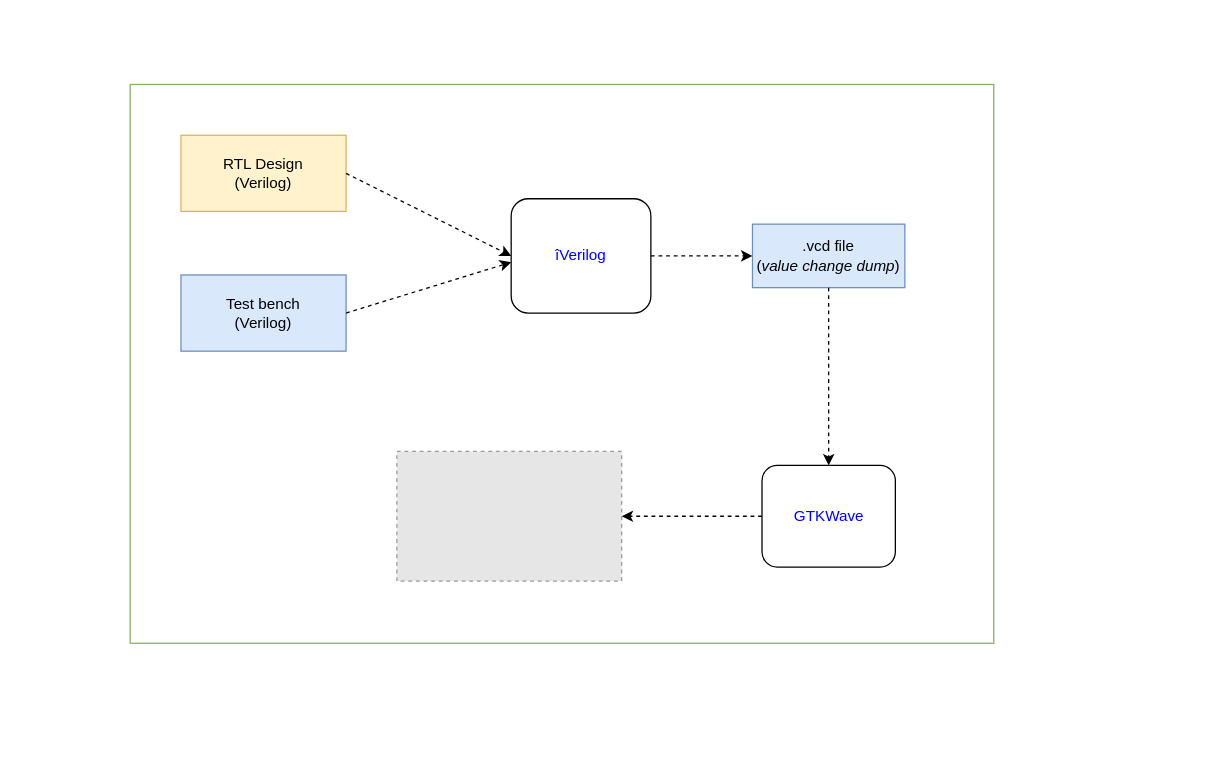
Earlier version of the draw.io diagram page "iVerilog" (2 of 2) of assets/diagrams.drawio (kambadur/sky130RTLDesignAndSynthesisWorkshop). Source tidied: cells renumbered, new cells numbered last; positions are measured from the earlier drawing's top-left corner, leaving out a move shared by most shapes. Both pictures are drawn from the tidied source at 127%, with x=0, y=0 at pixel (130, 84). Pictures stored in the file or linked from it are replaced by grey dashed boxes.
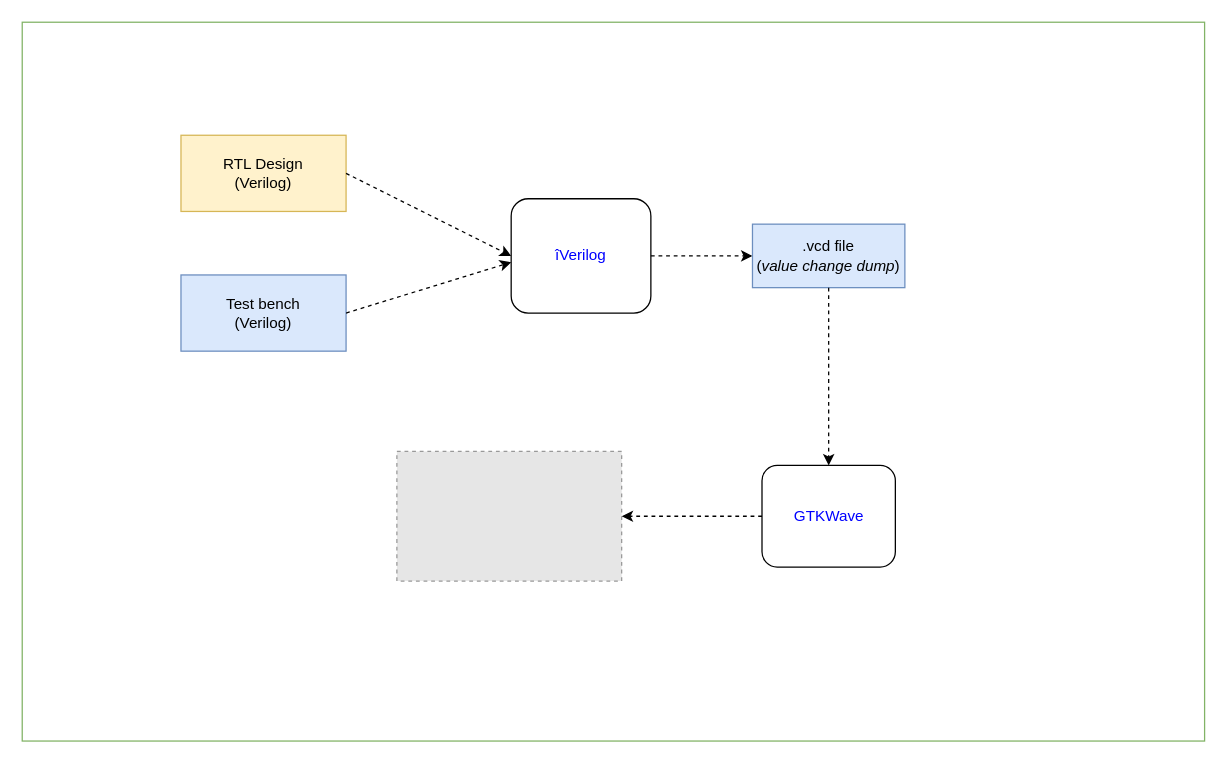
The same page after the edit.

What changed in the source:
```diff
@@
 <mxGraphModel>
   <root>
     <mxCell id="0" />
     <mxCell id="1" parent="0" />
     <mxCell id="2" value="RTL Design&lt;br&gt;(Verilog)" style="rounded=0;whiteSpace=wrap;html=1;fillColor=#fff2cc;strokeColor=#d6b656;" parent="1" vertex="1">
       <mxGeometry x="40" y="40" width="130" height="60" as="geometry" />
     </mxCell>
     <mxCell id="3" value="Test bench&lt;br&gt;(Verilog)" style="rounded=0;whiteSpace=wrap;html=1;fillColor=#dae8fc;strokeColor=#6c8ebf;" parent="1" vertex="1">
       <mxGeometry x="40" y="150" width="130" height="60" as="geometry" />
     </mxCell>
     <mxCell id="4" value="îVerilog" style="rounded=1;whiteSpace=wrap;html=1;fontColor=#0000FF;fillColor=none;" parent="1" vertex="1">
       <mxGeometry x="300" y="90" width="110" height="90" as="geometry" />
     </mxCell>
     <mxCell id="5" style="endArrow=classic;html=1;dashed=1;fontColor=#0000FF;exitX=1;exitY=0.5;exitDx=0;exitDy=0;entryX=0;entryY=0.5;entryDx=0;entryDy=0;" parent="1" edge="1" source="2" target="4">
       <mxGeometry relative="1" as="geometry" />
     </mxCell>
     <mxCell id="6" style="endArrow=classic;html=1;dashed=1;fontColor=#0000FF;exitX=1;exitY=0.5;exitDx=0;exitDy=0;" parent="1" edge="1" source="3">
       <mxGeometry relative="1" as="geometry">
         <mxPoint x="300" y="140" as="targetPoint" />
       </mxGeometry>
     </mxCell>
     <mxCell id="7" style="endArrow=classic;html=1;dashed=1;fontColor=#0000FF;exitX=1;exitY=0.5;exitDx=0;exitDy=0;" parent="1" edge="1" source="4">
       <mxGeometry relative="1" as="geometry">
         <mxPoint x="490" y="135" as="targetPoint" />
       </mxGeometry>
     </mxCell>
     <mxCell id="8" value=".vcd file&lt;br&gt;(&lt;i&gt;value change dump&lt;/i&gt;)" style="rounded=0;whiteSpace=wrap;html=1;fillColor=#dae8fc;strokeColor=#6c8ebf;" parent="1" vertex="1">
       <mxGeometry x="490" y="110" width="120" height="50" as="geometry" />
     </mxCell>
     <mxCell id="9" value="GTKWave" style="rounded=1;whiteSpace=wrap;html=1;fontColor=#0000FF;fillColor=none;" parent="1" vertex="1">
       <mxGeometry x="497.5" y="300" width="105" height="80" as="geometry" />
     </mxCell>
     <mxCell id="10" style="endArrow=classic;html=1;dashed=1;fontColor=#0000FF;exitX=0.5;exitY=1;exitDx=0;exitDy=0;entryX=0.5;entryY=0;entryDx=0;entryDy=0;" parent="1" edge="1" source="8" target="9">
       <mxGeometry relative="1" as="geometry" />
     </mxCell>
     <mxCell id="11" style="fillColor=#E6E6E6;strokeColor=#999999;dashed=1;verticalLabelPosition=bottom;labelBackgroundColor=default;verticalAlign=top;" parent="1" vertex="1">
       <mxGeometry x="210" y="289" width="177" height="102" as="geometry" />
     </mxCell>
     <mxCell id="12" style="endArrow=classic;html=1;dashed=1;fontColor=#0000FF;exitX=0;exitY=0.5;exitDx=0;exitDy=0;entryX=1;entryY=0.5;entryDx=0;entryDy=0;" parent="1" edge="1" source="9" target="11">
       <mxGeometry relative="1" as="geometry" />
     </mxCell>
-    <mxCell id="13" style="rounded=0;whiteSpace=wrap;html=1;fillColor=none;strokeColor=#82b366;gradientColor=#ffffff;" parent="1" vertex="1">
-      <mxGeometry width="680" height="440" as="geometry" />
-    </mxCell>
+    <mxCell id="14" style="rounded=0;whiteSpace=wrap;html=1;fillColor=none;strokeColor=#82b366;gradientColor=#ffffff;" parent="1" vertex="1">
+      <mxGeometry x="-85" y="-49" width="931" height="566" as="geometry" />
+    </mxCell>
   </root>
 </mxGraphModel>
```
